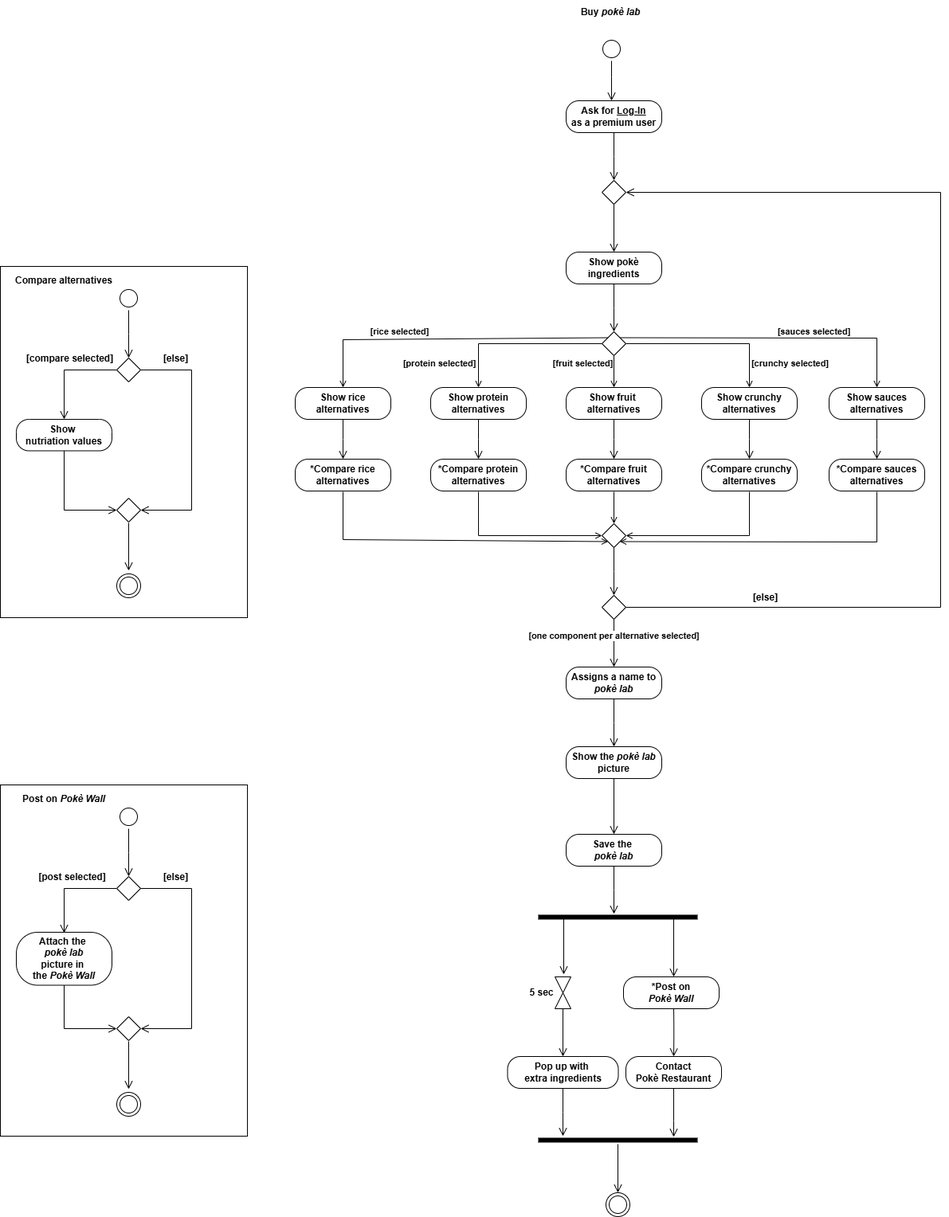
matteopinfildi/YourPoke-ISPWProject keeps this draw.io diagram as diagrams/ActivityDiagram.drawio.png. Above is the earlier version. Source tidied: cells renumbered, new cells last; positions are measured from the earlier drawing's top-left corner, leaving out a move shared by most shapes.
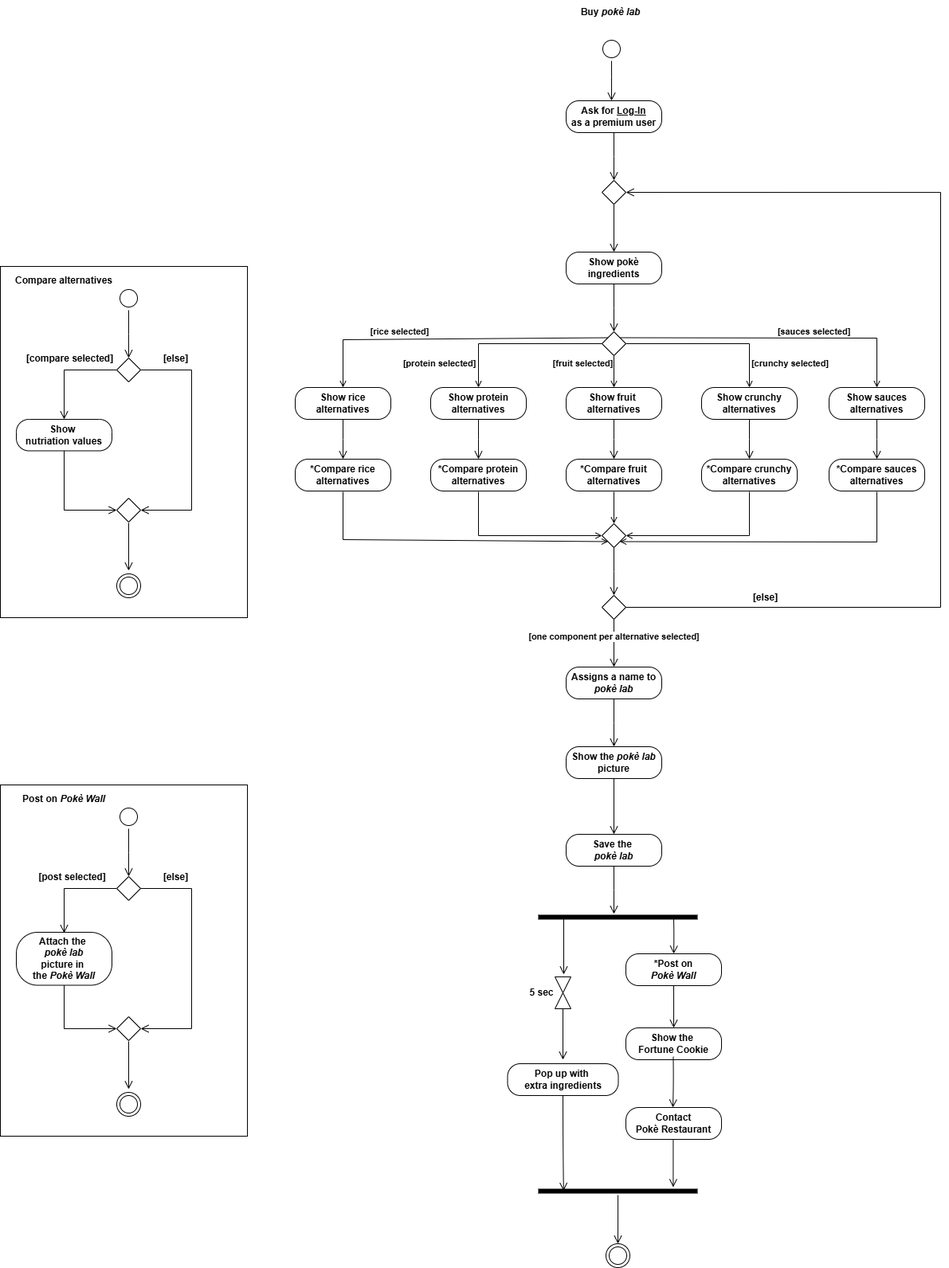
After the change.

Diff of the diagram source:
```diff
@@ -214,51 +214,39 @@
         <mxPoint x="707" y="1223" as="targetPoint" />
       </mxGeometry>
     </mxCell>
-    <mxCell id="46" style="edgeStyle=orthogonalEdgeStyle;html=1;verticalAlign=bottom;endArrow=open;endSize=8;rounded=0;fontSize=12;curved=1;labelBackgroundColor=none;fontColor=default;" parent="1" edge="1">
+    <mxCell id="46" style="edgeStyle=orthogonalEdgeStyle;html=1;verticalAlign=bottom;endArrow=open;endSize=8;rounded=0;fontSize=12;curved=1;labelBackgroundColor=none;fontColor=default;entryX=0.5;entryY=0;entryDx=0;entryDy=0;" parent="1" edge="1" target="90">
       <mxGeometry relative="1" as="geometry">
         <mxPoint x="845" y="1153" as="sourcePoint" />
-        <mxPoint x="845" y="1226" as="targetPoint" />
       </mxGeometry>
     </mxCell>
     <mxCell id="47" value="&lt;b&gt;5 sec&lt;/b&gt;" style="shape=collate;html=1;spacingLeft=-55;labelBackgroundColor=none;" parent="1" vertex="1">
       <mxGeometry x="696" y="1226" width="20" height="40" as="geometry" />
     </mxCell>
     <mxCell id="48" value="&lt;b&gt;Contact&lt;/b&gt;&lt;div&gt;&lt;b&gt;Pokè Restaurant&lt;/b&gt;&lt;/div&gt;" style="rounded=1;whiteSpace=wrap;html=1;arcSize=40;labelBackgroundColor=none;" parent="1" vertex="1">
-      <mxGeometry x="785" y="1326" width="120" height="40" as="geometry" />
+      <mxGeometry x="785" y="1390" width="120" height="40" as="geometry" />
     </mxCell>
-    <mxCell id="49" style="edgeStyle=orthogonalEdgeStyle;html=1;verticalAlign=bottom;endArrow=open;endSize=8;rounded=0;fontSize=12;curved=1;labelBackgroundColor=none;fontColor=default;exitX=0.5;exitY=1;exitDx=0;exitDy=0;" parent="1" edge="1" source="48">
-      <mxGeometry relative="1" as="geometry">
-        <mxPoint x="845" y="1427" as="targetPoint" />
-        <Array as="points">
-          <mxPoint x="845" y="1407" />
-          <mxPoint x="845" y="1407" />
-        </Array>
-      </mxGeometry>
-    </mxCell>
     <mxCell id="50" style="edgeStyle=orthogonalEdgeStyle;html=1;verticalAlign=bottom;endArrow=open;endSize=8;rounded=0;fontSize=12;curved=1;labelBackgroundColor=none;fontColor=default;" parent="1" edge="1">
       <mxGeometry relative="1" as="geometry">
         <mxPoint x="706" y="1266" as="sourcePoint" />
-        <mxPoint x="706" y="1326" as="targetPoint" />
+        <mxPoint x="706" y="1330" as="targetPoint" />
       </mxGeometry>
     </mxCell>
     <mxCell id="51" value="&lt;b&gt;Pop up with&amp;nbsp;&lt;/b&gt;&lt;div&gt;&lt;b&gt;extra ingredients&lt;/b&gt;&lt;/div&gt;" style="rounded=1;whiteSpace=wrap;html=1;arcSize=40;labelBackgroundColor=none;" parent="1" vertex="1">
-      <mxGeometry x="636.5" y="1326" width="139" height="40" as="geometry" />
+      <mxGeometry x="636.5" y="1335" width="139" height="40" as="geometry" />
     </mxCell>
-    <mxCell id="52" style="edgeStyle=orthogonalEdgeStyle;html=1;verticalAlign=bottom;endArrow=open;endSize=8;rounded=0;fontSize=12;curved=1;labelBackgroundColor=none;fontColor=default;" parent="1" edge="1" source="51">
-      <mxGeometry relative="1" as="geometry">
-        <mxPoint x="706" y="1426" as="targetPoint" />
-      </mxGeometry>
+    <mxCell id="52" style="edgeStyle=orthogonalEdgeStyle;html=1;verticalAlign=bottom;endArrow=open;endSize=8;rounded=0;fontSize=12;curved=1;labelBackgroundColor=none;fontColor=default;entryX=0.159;entryY=0.459;entryDx=0;entryDy=0;entryPerimeter=0;" parent="1" edge="1" source="51" target="53">
+      <mxGeometry relative="1" as="geometry" />
     </mxCell>
     <mxCell id="53" style="shape=line;html=1;strokeWidth=6;labelBackgroundColor=none;" parent="1" vertex="1">
-      <mxGeometry x="675" y="1426" width="200" height="10" as="geometry" />
+      <mxGeometry x="675" y="1490" width="200" height="10" as="geometry" />
     </mxCell>
     <mxCell id="54" style="edgeStyle=orthogonalEdgeStyle;html=1;verticalAlign=bottom;endArrow=open;endSize=8;rounded=0;" parent="1" edge="1" source="53">
       <mxGeometry relative="1" as="geometry">
-        <mxPoint x="775" y="1497" as="targetPoint" />
+        <mxPoint x="775" y="1561" as="targetPoint" />
       </mxGeometry>
     </mxCell>
     <mxCell id="55" style="ellipse;html=1;shape=endState;" parent="1" vertex="1">
-      <mxGeometry x="760" y="1497" width="30" height="30" as="geometry" />
+      <mxGeometry x="760" y="1561" width="30" height="30" as="geometry" />
     </mxCell>
     <mxCell id="56" style="rounded=0;whiteSpace=wrap;html=1;fillColor=none;labelBackgroundColor=none;" parent="1" vertex="1">
       <mxGeometry y="985" width="310" height="441" as="geometry" />
@@ -410,12 +398,27 @@
       <mxGeometry x="5" y="334.5" width="150" height="30" as="geometry" />
     </mxCell>
     <mxCell id="90" value="&lt;div&gt;&lt;b&gt;*Post on&lt;/b&gt;&lt;div&gt;&lt;b&gt;&lt;i&gt;Pokè Wall&lt;/i&gt;&lt;/b&gt;&lt;/div&gt;&lt;/div&gt;" style="rounded=1;whiteSpace=wrap;html=1;arcSize=40;labelBackgroundColor=none;" parent="1" vertex="1">
-      <mxGeometry x="782" y="1226" width="120" height="40" as="geometry" />
+      <mxGeometry x="785" y="1197" width="120" height="40" as="geometry" />
     </mxCell>
-    <mxCell id="91" style="edgeStyle=orthogonalEdgeStyle;html=1;verticalAlign=bottom;endArrow=open;endSize=8;rounded=0;fontSize=12;curved=1;labelBackgroundColor=none;fontColor=default;entryX=0.5;entryY=0;entryDx=0;entryDy=0;" parent="1" edge="1" target="48">
+    <mxCell id="91" style="edgeStyle=orthogonalEdgeStyle;html=1;verticalAlign=bottom;endArrow=open;endSize=8;rounded=0;fontSize=12;curved=1;labelBackgroundColor=none;fontColor=default;exitX=0.5;exitY=1;exitDx=0;exitDy=0;" parent="1" edge="1" source="90">
       <mxGeometry relative="1" as="geometry">
-        <mxPoint x="845" y="1266" as="sourcePoint" />
+        <mxPoint x="845" y="1290" as="targetPoint" />
       </mxGeometry>
     </mxCell>
+    <mxCell id="92" value="&lt;div&gt;&lt;b&gt;Show the&amp;nbsp;&lt;/b&gt;&lt;/div&gt;&lt;div&gt;&lt;b&gt;Fortune Cookie&lt;/b&gt;&lt;/div&gt;" style="rounded=1;whiteSpace=wrap;html=1;arcSize=40;labelBackgroundColor=none;" parent="1" vertex="1">
+      <mxGeometry x="785" y="1290" width="120" height="40" as="geometry" />
+    </mxCell>
+    <mxCell id="93" style="edgeStyle=orthogonalEdgeStyle;html=1;verticalAlign=bottom;endArrow=open;endSize=8;rounded=0;fontSize=12;curved=1;labelBackgroundColor=none;fontColor=default;" parent="1" edge="1">
+      <mxGeometry relative="1" as="geometry">
+        <mxPoint x="844.4" y="1326" as="sourcePoint" />
+        <mxPoint x="844" y="1390" as="targetPoint" />
+      </mxGeometry>
+    </mxCell>
+    <mxCell id="94" style="edgeStyle=orthogonalEdgeStyle;html=1;verticalAlign=bottom;endArrow=open;endSize=8;rounded=0;exitX=0.5;exitY=1;exitDx=0;exitDy=0;" parent="1" edge="1">
+      <mxGeometry relative="1" as="geometry">
+        <mxPoint x="844.4" y="1430" as="sourcePoint" />
+        <mxPoint x="844.4" y="1490" as="targetPoint" />
+      </mxGeometry>
+    </mxCell>
   </root>
 </mxGraphModel>
```
